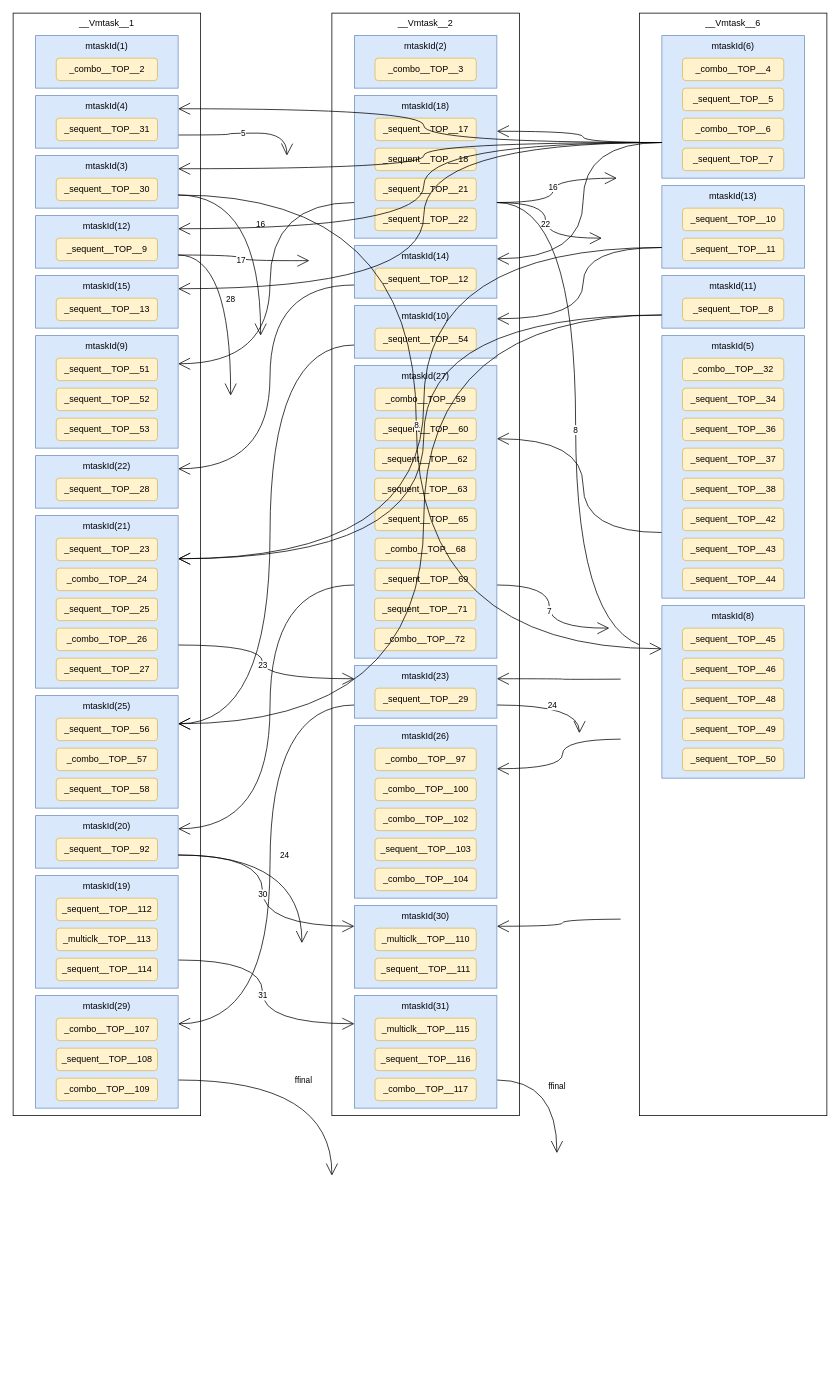
Earlier version of the draw.io diagram verilator_digrams/mtask.drawio (Dercury/CLDK). Source tidied: cells renumbered, new cells numbered last; positions are measured from the earlier drawing's top-left corner, leaving out a move shared by most shapes. Both pictures are drawn from the tidied source at 75%, with x=0, y=0 at pixel (13, 13).
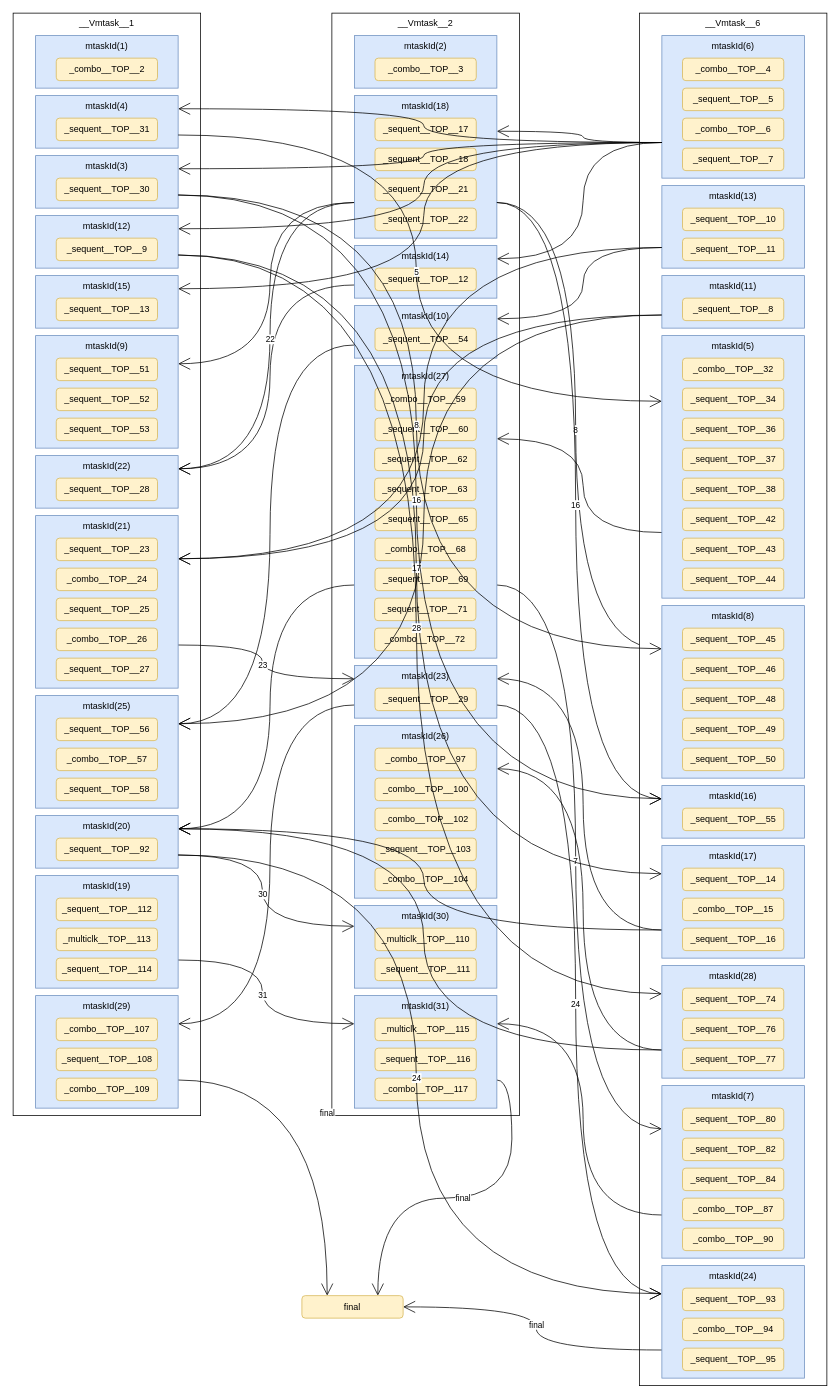
The same diagram, later.

Unchanged cells that the change refers to:
```xml
<mxCell id="7" value="mtaskId(4)" style="rounded=0;whiteSpace=wrap;html=1;hachureGap=4;fillColor=#dae8fc;strokeColor=#6c8ebf;verticalAlign=top;" parent="1" vertex="1">
  <mxGeometry x="30" y="110" width="190" height="70" as="geometry" />
</mxCell>
<mxCell id="9" value="mtaskId(3)" style="rounded=0;whiteSpace=wrap;html=1;hachureGap=4;fillColor=#dae8fc;strokeColor=#6c8ebf;verticalAlign=top;" parent="1" vertex="1">
  <mxGeometry x="30" y="190" width="190" height="70" as="geometry" />
</mxCell>
<mxCell id="12" value="mtaskId(12)" style="rounded=0;whiteSpace=wrap;html=1;hachureGap=4;fillColor=#dae8fc;strokeColor=#6c8ebf;verticalAlign=top;" parent="1" vertex="1">
  <mxGeometry x="30" y="270" width="190" height="70" as="geometry" />
</mxCell>
<mxCell id="24" value="mtaskId(22)" style="rounded=0;whiteSpace=wrap;html=1;hachureGap=4;fillColor=#dae8fc;strokeColor=#6c8ebf;verticalAlign=top;" parent="1" vertex="1">
  <mxGeometry x="30" y="590" width="190" height="70" as="geometry" />
</mxCell>
<mxCell id="39" value="mtaskId(20)" style="rounded=0;whiteSpace=wrap;html=1;hachureGap=4;fillColor=#dae8fc;strokeColor=#6c8ebf;verticalAlign=top;" parent="1" vertex="1">
  <mxGeometry x="30" y="1070" width="190" height="70" as="geometry" />
</mxCell>
<mxCell id="50" value="mtaskId(29)" style="rounded=0;whiteSpace=wrap;html=1;hachureGap=4;fillColor=#dae8fc;strokeColor=#6c8ebf;verticalAlign=top;" parent="1" vertex="1">
  <mxGeometry x="30" y="1310" width="190" height="150" as="geometry" />
</mxCell>
<mxCell id="57" value="mtaskId(18)" style="rounded=0;whiteSpace=wrap;html=1;hachureGap=4;fillColor=#dae8fc;strokeColor=#6c8ebf;verticalAlign=top;" parent="1" vertex="1">
  <mxGeometry x="455" y="110" width="190" height="190" as="geometry" />
</mxCell>
<mxCell id="74" value="mtaskId(27)" style="rounded=0;whiteSpace=wrap;html=1;hachureGap=4;fillColor=#dae8fc;strokeColor=#6c8ebf;verticalAlign=top;" parent="1" vertex="1">
  <mxGeometry x="455" y="470" width="190" height="390" as="geometry" />
</mxCell>
<mxCell id="86" value="mtaskId(23)" style="rounded=0;whiteSpace=wrap;html=1;hachureGap=4;fillColor=#dae8fc;strokeColor=#6c8ebf;verticalAlign=top;" parent="1" vertex="1">
  <mxGeometry x="455" y="870" width="190" height="70" as="geometry" />
</mxCell>
<mxCell id="89" value="mtaskId(26)" style="rounded=0;whiteSpace=wrap;html=1;hachureGap=4;fillColor=#dae8fc;strokeColor=#6c8ebf;verticalAlign=top;" parent="1" vertex="1">
  <mxGeometry x="455" y="950" width="190" height="230" as="geometry" />
</mxCell>
<mxCell id="96" value="mtaskId(30)" style="rounded=0;whiteSpace=wrap;html=1;hachureGap=4;fillColor=#dae8fc;strokeColor=#6c8ebf;verticalAlign=top;" parent="1" vertex="1">
  <mxGeometry x="455" y="1190" width="190" height="110" as="geometry" />
</mxCell>
<mxCell id="100" value="mtaskId(31)" style="rounded=0;whiteSpace=wrap;html=1;hachureGap=4;fillColor=#dae8fc;strokeColor=#6c8ebf;verticalAlign=top;" parent="1" vertex="1">
  <mxGeometry x="455" y="1310" width="190" height="150" as="geometry" />
</mxCell>
<mxCell id="121" value="mtaskId(5)" style="rounded=0;whiteSpace=wrap;html=1;hachureGap=4;fillColor=#dae8fc;strokeColor=#6c8ebf;verticalAlign=top;" parent="1" vertex="1">
  <mxGeometry x="865" y="430" width="190" height="350" as="geometry" />
</mxCell>
```

What changed in the source:
```diff
@@
-    <mxCell id="6" value="5" style="edgeStyle=orthogonalEdgeStyle;curved=1;rounded=0;jettySize=auto;html=1;exitX=1;exitY=0.75;exitDx=0;exitDy=0;endArrow=open;startSize=14;endSize=14;sourcePerimeterSpacing=8;targetPerimeterSpacing=8;" parent="1" edge="1" source="7">
-      <mxGeometry relative="1" as="geometry">
-        <mxPoint x="365" y="190" as="targetPoint" />
-      </mxGeometry>
-    </mxCell>
@@
-    <mxCell id="11" value="16" style="edgeStyle=orthogonalEdgeStyle;curved=1;rounded=0;jettySize=auto;html=1;exitX=1;exitY=0.75;exitDx=0;exitDy=0;endArrow=open;startSize=14;endSize=14;sourcePerimeterSpacing=8;targetPerimeterSpacing=8;" parent="1" edge="1" source="9">
-      <mxGeometry relative="1" as="geometry">
-        <mxPoint x="330" y="430" as="targetPoint" />
-      </mxGeometry>
-    </mxCell>
@@
-    <mxCell id="14" value="17" style="edgeStyle=orthogonalEdgeStyle;curved=1;rounded=0;jettySize=auto;html=1;exitX=1;exitY=0.75;exitDx=0;exitDy=0;endArrow=open;startSize=14;endSize=14;sourcePerimeterSpacing=8;targetPerimeterSpacing=8;" parent="1" edge="1" source="12">
-      <mxGeometry relative="1" as="geometry">
-        <mxPoint x="395" y="330" as="targetPoint" />
-      </mxGeometry>
-    </mxCell>
-    <mxCell id="15" value="28" style="edgeStyle=orthogonalEdgeStyle;curved=1;rounded=0;jettySize=auto;html=1;exitX=1;exitY=0.75;exitDx=0;exitDy=0;endArrow=open;startSize=14;endSize=14;sourcePerimeterSpacing=8;targetPerimeterSpacing=8;" parent="1" edge="1" source="12">
-      <mxGeometry relative="1" as="geometry">
-        <mxPoint x="290" y="510" as="targetPoint" />
-      </mxGeometry>
-    </mxCell>
@@
-    <mxCell id="41" value="24" style="edgeStyle=orthogonalEdgeStyle;curved=1;rounded=0;jettySize=auto;html=1;exitX=1;exitY=0.75;exitDx=0;exitDy=0;endArrow=open;startSize=14;endSize=14;sourcePerimeterSpacing=8;targetPerimeterSpacing=8;" parent="1" edge="1" source="39">
-      <mxGeometry relative="1" as="geometry">
-        <mxPoint x="385" y="1240" as="targetPoint" />
-      </mxGeometry>
-    </mxCell>
@@
-    <mxCell id="49" value="ffinal" style="edgeStyle=orthogonalEdgeStyle;curved=1;rounded=0;jettySize=auto;html=1;exitX=1;exitY=0.75;exitDx=0;exitDy=0;endArrow=open;startSize=14;endSize=14;sourcePerimeterSpacing=8;targetPerimeterSpacing=8;" parent="1" edge="1" source="50">
-      <mxGeometry relative="1" as="geometry">
-        <mxPoint x="425" y="1550" as="targetPoint" />
-      </mxGeometry>
+    <mxCell id="49" value="final" style="edgeStyle=orthogonalEdgeStyle;curved=1;rounded=0;jettySize=auto;html=1;exitX=1;exitY=0.75;exitDx=0;exitDy=0;endArrow=open;startSize=14;endSize=14;sourcePerimeterSpacing=8;targetPerimeterSpacing=8;entryX=0.25;entryY=0;entryDx=0;entryDy=0;" parent="1" edge="1" source="50" target="161">
+      <mxGeometry relative="1" as="geometry" />
     </mxCell>
@@
-    <mxCell id="56" value="22" style="edgeStyle=orthogonalEdgeStyle;curved=1;rounded=0;jettySize=auto;html=1;exitX=1;exitY=0.75;exitDx=0;exitDy=0;endArrow=open;startSize=14;endSize=14;sourcePerimeterSpacing=8;targetPerimeterSpacing=8;" parent="1" edge="1" source="57">
-      <mxGeometry relative="1" as="geometry">
-        <mxPoint x="785" y="300" as="targetPoint" />
-      </mxGeometry>
+    <mxCell id="56" value="22" style="edgeStyle=orthogonalEdgeStyle;curved=1;rounded=0;jettySize=auto;html=1;exitX=0;exitY=0.75;exitDx=0;exitDy=0;endArrow=open;startSize=14;endSize=14;sourcePerimeterSpacing=8;targetPerimeterSpacing=8;entryX=1;entryY=0.25;entryDx=0;entryDy=0;exitPerimeter=0;" parent="1" edge="1" source="57" target="24">
+      <mxGeometry relative="1" as="geometry" />
     </mxCell>
@@
-    <mxCell id="64" value="16" style="edgeStyle=orthogonalEdgeStyle;curved=1;rounded=0;jettySize=auto;html=1;exitX=1;exitY=0.75;exitDx=0;exitDy=0;endArrow=open;startSize=14;endSize=14;sourcePerimeterSpacing=8;targetPerimeterSpacing=8;" parent="1" edge="1" source="57">
-      <mxGeometry relative="1" as="geometry">
-        <mxPoint x="805" y="220" as="targetPoint" />
-      </mxGeometry>
-    </mxCell>
     <mxCell id="65" value="__Vmtask__6" style="rounded=0;whiteSpace=wrap;html=1;hachureGap=4;verticalAlign=top;" parent="1" vertex="1">
-      <mxGeometry x="835" width="250" height="1470" as="geometry" />
+      <mxGeometry x="835" width="250" height="1830" as="geometry" />
     </mxCell>
@@
-    <mxCell id="73" value="7" style="edgeStyle=orthogonalEdgeStyle;curved=1;rounded=0;jettySize=auto;html=1;exitX=1;exitY=0.75;exitDx=0;exitDy=0;endArrow=open;startSize=14;endSize=14;sourcePerimeterSpacing=8;targetPerimeterSpacing=8;" parent="1" edge="1" source="74">
-      <mxGeometry relative="1" as="geometry">
-        <mxPoint x="795" y="820" as="targetPoint" />
-      </mxGeometry>
+    <mxCell id="73" value="7" style="edgeStyle=orthogonalEdgeStyle;curved=1;rounded=0;jettySize=auto;html=1;exitX=1;exitY=0.75;exitDx=0;exitDy=0;endArrow=open;startSize=14;endSize=14;sourcePerimeterSpacing=8;targetPerimeterSpacing=8;entryX=0;entryY=0.25;entryDx=0;entryDy=0;" parent="1" edge="1" source="74" target="150">
+      <mxGeometry relative="1" as="geometry" />
     </mxCell>
@@
-    <mxCell id="84" style="edgeStyle=orthogonalEdgeStyle;rounded=0;jettySize=auto;html=1;entryX=1;entryY=0.25;entryDx=0;entryDy=0;endArrow=open;startSize=14;endSize=14;sourcePerimeterSpacing=8;targetPerimeterSpacing=8;curved=1;" parent="1" edge="1" target="86">
-      <mxGeometry relative="1" as="geometry">
-        <mxPoint x="810" y="888" as="sourcePoint" />
-      </mxGeometry>
+    <mxCell id="84" style="edgeStyle=orthogonalEdgeStyle;rounded=0;jettySize=auto;html=1;entryX=1;entryY=0.25;entryDx=0;entryDy=0;endArrow=open;startSize=14;endSize=14;sourcePerimeterSpacing=8;targetPerimeterSpacing=8;curved=1;exitX=0;exitY=0.75;exitDx=0;exitDy=0;" parent="1" edge="1" source="140" target="86">
+      <mxGeometry relative="1" as="geometry" />
     </mxCell>
-    <mxCell id="85" value="24" style="edgeStyle=orthogonalEdgeStyle;curved=1;rounded=0;jettySize=auto;html=1;exitX=1;exitY=0.75;exitDx=0;exitDy=0;endArrow=open;startSize=14;endSize=14;sourcePerimeterSpacing=8;targetPerimeterSpacing=8;" parent="1" edge="1" source="86">
-      <mxGeometry relative="1" as="geometry">
-        <mxPoint x="755" y="960" as="targetPoint" />
-      </mxGeometry>
+    <mxCell id="85" value="24" style="edgeStyle=orthogonalEdgeStyle;curved=1;rounded=0;jettySize=auto;html=1;exitX=1;exitY=0.75;exitDx=0;exitDy=0;endArrow=open;startSize=14;endSize=14;sourcePerimeterSpacing=8;targetPerimeterSpacing=8;entryX=0;entryY=0.25;entryDx=0;entryDy=0;" parent="1" edge="1" source="86" target="157">
+      <mxGeometry relative="1" as="geometry" />
     </mxCell>
@@
-    <mxCell id="88" style="edgeStyle=orthogonalEdgeStyle;rounded=0;jettySize=auto;html=1;entryX=1;entryY=0.25;entryDx=0;entryDy=0;endArrow=open;startSize=14;endSize=14;sourcePerimeterSpacing=8;targetPerimeterSpacing=8;curved=1;" parent="1" edge="1" target="89">
-      <mxGeometry relative="1" as="geometry">
-        <mxPoint x="810" y="968" as="sourcePoint" />
-      </mxGeometry>
+    <mxCell id="88" style="edgeStyle=orthogonalEdgeStyle;rounded=0;jettySize=auto;html=1;entryX=1;entryY=0.25;entryDx=0;entryDy=0;endArrow=open;startSize=14;endSize=14;sourcePerimeterSpacing=8;targetPerimeterSpacing=8;curved=1;exitX=0;exitY=0.75;exitDx=0;exitDy=0;" parent="1" edge="1" source="145" target="89">
+      <mxGeometry relative="1" as="geometry" />
     </mxCell>
@@
-    <mxCell id="95" style="edgeStyle=orthogonalEdgeStyle;rounded=0;jettySize=auto;html=1;entryX=1;entryY=0.25;entryDx=0;entryDy=0;endArrow=open;startSize=14;endSize=14;sourcePerimeterSpacing=8;targetPerimeterSpacing=8;curved=1;" parent="1" edge="1" target="96">
-      <mxGeometry relative="1" as="geometry">
-        <mxPoint x="810" y="1208" as="sourcePoint" />
-      </mxGeometry>
-    </mxCell>
@@
-    <mxCell id="99" value="ffinal" style="edgeStyle=orthogonalEdgeStyle;curved=1;rounded=0;jettySize=auto;html=1;exitX=1;exitY=0.75;exitDx=0;exitDy=0;endArrow=open;startSize=14;endSize=14;sourcePerimeterSpacing=8;targetPerimeterSpacing=8;" parent="1" edge="1" source="100">
-      <mxGeometry relative="1" as="geometry">
-        <mxPoint x="725" y="1520" as="targetPoint" />
-      </mxGeometry>
+    <mxCell id="99" value="final" style="edgeStyle=orthogonalEdgeStyle;curved=1;rounded=0;jettySize=auto;html=1;exitX=1;exitY=0.75;exitDx=0;exitDy=0;endArrow=open;startSize=14;endSize=14;sourcePerimeterSpacing=8;targetPerimeterSpacing=8;entryX=0.75;entryY=0;entryDx=0;entryDy=0;" parent="1" edge="1" source="100" target="161">
+      <mxGeometry relative="1" as="geometry" />
     </mxCell>
@@
+    <mxCell id="137" value="mtaskId(16)" style="rounded=0;whiteSpace=wrap;html=1;hachureGap=4;fillColor=#dae8fc;strokeColor=#6c8ebf;verticalAlign=top;" parent="1" vertex="1">
+      <mxGeometry x="865" y="1030" width="190" height="70" as="geometry" />
+    </mxCell>
+    <mxCell id="138" value="_sequent__TOP__55" style="rounded=1;whiteSpace=wrap;html=1;hachureGap=4;fillColor=#fff2cc;strokeColor=#d6b656;" parent="1" vertex="1">
+      <mxGeometry x="892.5" y="1060" width="135" height="30" as="geometry" />
+    </mxCell>
+    <mxCell id="139" style="edgeStyle=orthogonalEdgeStyle;curved=1;rounded=0;jettySize=auto;html=1;exitX=0;exitY=0.75;exitDx=0;exitDy=0;entryX=1;entryY=0.25;entryDx=0;entryDy=0;endArrow=open;startSize=14;endSize=14;sourcePerimeterSpacing=8;targetPerimeterSpacing=8;" parent="1" edge="1" source="140" target="39">
+      <mxGeometry relative="1" as="geometry" />
+    </mxCell>
+    <mxCell id="140" value="mtaskId(17)" style="rounded=0;whiteSpace=wrap;html=1;hachureGap=4;fillColor=#dae8fc;strokeColor=#6c8ebf;verticalAlign=top;" parent="1" vertex="1">
+      <mxGeometry x="865" y="1110" width="190" height="150" as="geometry" />
+    </mxCell>
+    <mxCell id="141" value="_sequent__TOP__14" style="rounded=1;whiteSpace=wrap;html=1;hachureGap=4;fillColor=#fff2cc;strokeColor=#d6b656;" parent="1" vertex="1">
+      <mxGeometry x="892.5" y="1140" width="135" height="30" as="geometry" />
+    </mxCell>
+    <mxCell id="142" value="_combo__TOP__15" style="rounded=1;whiteSpace=wrap;html=1;hachureGap=4;fillColor=#fff2cc;strokeColor=#d6b656;" parent="1" vertex="1">
+      <mxGeometry x="892.5" y="1180" width="135" height="30" as="geometry" />
+    </mxCell>
+    <mxCell id="143" value="_sequent__TOP__16" style="rounded=1;whiteSpace=wrap;html=1;hachureGap=4;fillColor=#fff2cc;strokeColor=#d6b656;" parent="1" vertex="1">
+      <mxGeometry x="892.5" y="1220" width="135" height="30" as="geometry" />
+    </mxCell>
+    <mxCell id="144" style="edgeStyle=orthogonalEdgeStyle;curved=1;rounded=0;jettySize=auto;html=1;exitX=0;exitY=0.75;exitDx=0;exitDy=0;entryX=1;entryY=0.25;entryDx=0;entryDy=0;endArrow=open;startSize=14;endSize=14;sourcePerimeterSpacing=8;targetPerimeterSpacing=8;" parent="1" edge="1" source="145" target="39">
+      <mxGeometry relative="1" as="geometry" />
+    </mxCell>
+    <mxCell id="145" value="mtaskId(28)" style="rounded=0;whiteSpace=wrap;html=1;hachureGap=4;fillColor=#dae8fc;strokeColor=#6c8ebf;verticalAlign=top;" parent="1" vertex="1">
+      <mxGeometry x="865" y="1270" width="190" height="150" as="geometry" />
+    </mxCell>
+    <mxCell id="146" value="_sequent__TOP__74" style="rounded=1;whiteSpace=wrap;html=1;hachureGap=4;fillColor=#fff2cc;strokeColor=#d6b656;" parent="1" vertex="1">
+      <mxGeometry x="892.5" y="1300" width="135" height="30" as="geometry" />
+    </mxCell>
+    <mxCell id="147" value="_sequent__TOP__76" style="rounded=1;whiteSpace=wrap;html=1;hachureGap=4;fillColor=#fff2cc;strokeColor=#d6b656;" parent="1" vertex="1">
+      <mxGeometry x="892.5" y="1340" width="135" height="30" as="geometry" />
+    </mxCell>
+    <mxCell id="148" value="_sequent__TOP__77" style="rounded=1;whiteSpace=wrap;html=1;hachureGap=4;fillColor=#fff2cc;strokeColor=#d6b656;" parent="1" vertex="1">
+      <mxGeometry x="892.5" y="1380" width="135" height="30" as="geometry" />
+    </mxCell>
+    <mxCell id="149" style="edgeStyle=orthogonalEdgeStyle;curved=1;rounded=0;jettySize=auto;html=1;exitX=0;exitY=0.75;exitDx=0;exitDy=0;entryX=1;entryY=0.25;entryDx=0;entryDy=0;endArrow=open;startSize=14;endSize=14;sourcePerimeterSpacing=8;targetPerimeterSpacing=8;" parent="1" edge="1" source="150" target="100">
+      <mxGeometry relative="1" as="geometry" />
+    </mxCell>
+    <mxCell id="150" value="mtaskId(7)" style="rounded=0;whiteSpace=wrap;html=1;hachureGap=4;fillColor=#dae8fc;strokeColor=#6c8ebf;verticalAlign=top;" parent="1" vertex="1">
+      <mxGeometry x="865" y="1430" width="190" height="230" as="geometry" />
+    </mxCell>
+    <mxCell id="151" value="_sequent__TOP__80" style="rounded=1;whiteSpace=wrap;html=1;hachureGap=4;fillColor=#fff2cc;strokeColor=#d6b656;" parent="1" vertex="1">
+      <mxGeometry x="892.5" y="1460" width="135" height="30" as="geometry" />
+    </mxCell>
+    <mxCell id="152" value="_sequent__TOP__82" style="rounded=1;whiteSpace=wrap;html=1;hachureGap=4;fillColor=#fff2cc;strokeColor=#d6b656;" parent="1" vertex="1">
+      <mxGeometry x="892.5" y="1500" width="135" height="30" as="geometry" />
+    </mxCell>
+    <mxCell id="153" value="_sequent__TOP__84" style="rounded=1;whiteSpace=wrap;html=1;hachureGap=4;fillColor=#fff2cc;strokeColor=#d6b656;" parent="1" vertex="1">
+      <mxGeometry x="892.5" y="1540" width="135" height="30" as="geometry" />
+    </mxCell>
+    <mxCell id="154" value="_combo__TOP__87" style="rounded=1;whiteSpace=wrap;html=1;hachureGap=4;fillColor=#fff2cc;strokeColor=#d6b656;" parent="1" vertex="1">
+      <mxGeometry x="892.5" y="1580" width="135" height="30" as="geometry" />
+    </mxCell>
+    <mxCell id="155" value="_combo__TOP__90" style="rounded=1;whiteSpace=wrap;html=1;hachureGap=4;fillColor=#fff2cc;strokeColor=#d6b656;" parent="1" vertex="1">
+      <mxGeometry x="892.5" y="1620" width="135" height="30" as="geometry" />
+    </mxCell>
+    <mxCell id="156" value="final" style="edgeStyle=orthogonalEdgeStyle;curved=1;rounded=0;jettySize=auto;html=1;exitX=0;exitY=0.75;exitDx=0;exitDy=0;endArrow=open;startSize=14;endSize=14;sourcePerimeterSpacing=8;targetPerimeterSpacing=8;entryX=1;entryY=0.5;entryDx=0;entryDy=0;" parent="1" edge="1" source="157" target="161">
+      <mxGeometry relative="1" as="geometry" />
+    </mxCell>
+    <mxCell id="157" value="mtaskId(24)" style="rounded=0;whiteSpace=wrap;html=1;hachureGap=4;fillColor=#dae8fc;strokeColor=#6c8ebf;verticalAlign=top;" parent="1" vertex="1">
+      <mxGeometry x="865" y="1670" width="190" height="150" as="geometry" />
+    </mxCell>
+    <mxCell id="158" value="_sequent__TOP__93" style="rounded=1;whiteSpace=wrap;html=1;hachureGap=4;fillColor=#fff2cc;strokeColor=#d6b656;" parent="1" vertex="1">
+      <mxGeometry x="892.5" y="1700" width="135" height="30" as="geometry" />
+    </mxCell>
+    <mxCell id="159" value="_combo__TOP__94" style="rounded=1;whiteSpace=wrap;html=1;hachureGap=4;fillColor=#fff2cc;strokeColor=#d6b656;" parent="1" vertex="1">
+      <mxGeometry x="892.5" y="1740" width="135" height="30" as="geometry" />
+    </mxCell>
+    <mxCell id="160" value="_sequent__TOP__95" style="rounded=1;whiteSpace=wrap;html=1;hachureGap=4;fillColor=#fff2cc;strokeColor=#d6b656;" parent="1" vertex="1">
+      <mxGeometry x="892.5" y="1780" width="135" height="30" as="geometry" />
+    </mxCell>
+    <mxCell id="6" value="5" style="edgeStyle=orthogonalEdgeStyle;curved=1;rounded=0;jettySize=auto;html=1;exitX=1;exitY=0.75;exitDx=0;exitDy=0;endArrow=open;startSize=14;endSize=14;sourcePerimeterSpacing=8;targetPerimeterSpacing=8;entryX=0;entryY=0.25;entryDx=0;entryDy=0;" parent="1" edge="1" source="7" target="121">
+      <mxGeometry relative="1" as="geometry" />
+    </mxCell>
+    <mxCell id="14" value="17" style="edgeStyle=orthogonalEdgeStyle;curved=1;rounded=0;jettySize=auto;html=1;exitX=1;exitY=0.75;exitDx=0;exitDy=0;endArrow=open;startSize=14;endSize=14;sourcePerimeterSpacing=8;targetPerimeterSpacing=8;entryX=0;entryY=0.25;entryDx=0;entryDy=0;" parent="1" edge="1" source="12" target="140">
+      <mxGeometry relative="1" as="geometry" />
+    </mxCell>
+    <mxCell id="11" value="16" style="edgeStyle=orthogonalEdgeStyle;curved=1;rounded=0;jettySize=auto;html=1;exitX=1;exitY=0.75;exitDx=0;exitDy=0;endArrow=open;startSize=14;endSize=14;sourcePerimeterSpacing=8;targetPerimeterSpacing=8;entryX=0;entryY=0.25;entryDx=0;entryDy=0;" parent="1" edge="1" source="9" target="137">
+      <mxGeometry relative="1" as="geometry" />
+    </mxCell>
+    <mxCell id="15" value="28" style="edgeStyle=orthogonalEdgeStyle;curved=1;rounded=0;jettySize=auto;html=1;exitX=1;exitY=0.75;exitDx=0;exitDy=0;endArrow=open;startSize=14;endSize=14;sourcePerimeterSpacing=8;targetPerimeterSpacing=8;entryX=0;entryY=0.25;entryDx=0;entryDy=0;" parent="1" edge="1" source="12" target="145">
+      <mxGeometry relative="1" as="geometry" />
+    </mxCell>
+    <mxCell id="41" value="24" style="edgeStyle=orthogonalEdgeStyle;curved=1;rounded=0;jettySize=auto;html=1;exitX=1;exitY=0.75;exitDx=0;exitDy=0;endArrow=open;startSize=14;endSize=14;sourcePerimeterSpacing=8;targetPerimeterSpacing=8;entryX=0;entryY=0.25;entryDx=0;entryDy=0;" parent="1" edge="1" source="39" target="157">
+      <mxGeometry relative="1" as="geometry" />
+    </mxCell>
+    <mxCell id="161" value="final" style="rounded=1;whiteSpace=wrap;html=1;hachureGap=4;fillColor=#fff2cc;strokeColor=#d6b656;" parent="1" vertex="1">
+      <mxGeometry x="385" y="1710" width="135" height="30" as="geometry" />
+    </mxCell>
+    <mxCell id="64" value="16" style="edgeStyle=orthogonalEdgeStyle;curved=1;rounded=0;jettySize=auto;html=1;exitX=1;exitY=0.75;exitDx=0;exitDy=0;endArrow=open;startSize=14;endSize=14;sourcePerimeterSpacing=8;targetPerimeterSpacing=8;entryX=0;entryY=0.25;entryDx=0;entryDy=0;" parent="1" edge="1" source="57" target="137">
+      <mxGeometry relative="1" as="geometry" />
+    </mxCell>
```
